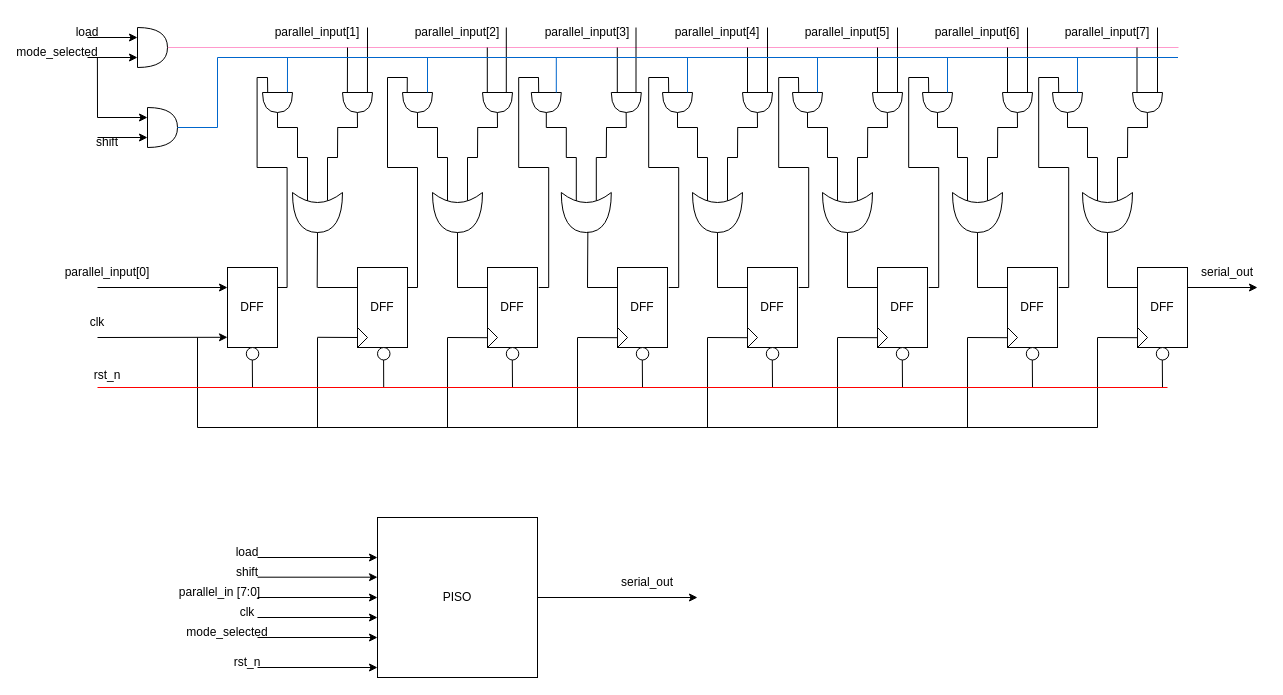
Earlier version of the draw.io diagram page "PISO" (3 of 4) of Untitled Diagram.drawio (106210049/SIPO_PISO). Source tidied: cells renumbered, new cells numbered last; positions are measured from the earlier drawing's top-left corner, leaving out a move shared by most shapes. Both pictures are drawn from the tidied source at 100%, with x=0, y=0 at pixel (27, 17).
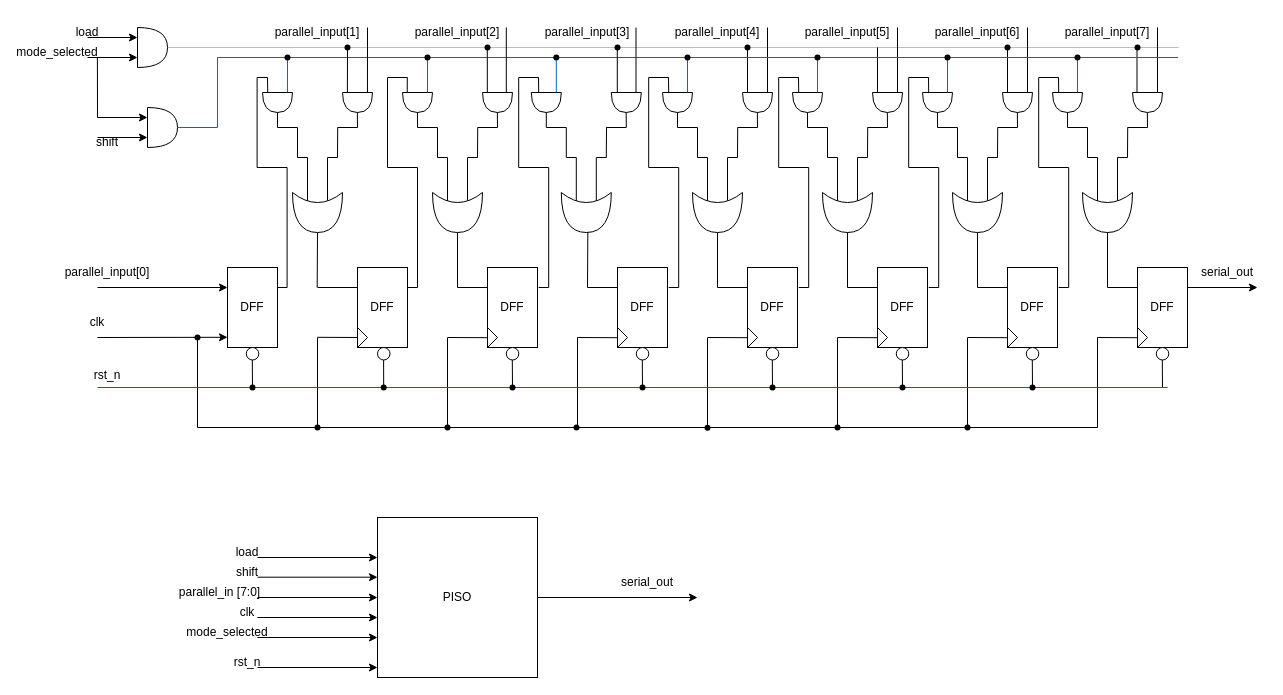
Above is the later version.

Unchanged cells that the change refers to:
```xml
<mxCell id="65" style="shape=or;whiteSpace=wrap;html=1;strokeColor=default;align=center;verticalAlign=middle;fontFamily=Helvetica;fontSize=12;fontColor=default;fillColor=default;rotation=90;" parent="1" vertex="1">
  <mxGeometry x="240" y="70" width="20" height="30" as="geometry" />
</mxCell>
```

Change to the diagram source:
```diff
@@
+    <mxCell id="261" style="endArrow=none;html=1;rounded=0;fontFamily=Helvetica;fontSize=12;fontColor=default;strokeColor=#0066CC;" parent="1" edge="1" target="266">
+      <mxGeometry relative="1" as="geometry">
+        <mxPoint x="190" y="40" as="sourcePoint" />
+      </mxGeometry>
+    </mxCell>
@@
-    <mxCell id="20" style="endArrow=none;html=1;rounded=0;" parent="1" edge="1">
+    <mxCell id="20" style="endArrow=none;html=1;rounded=0;" parent="1" edge="1" source="279">
       <mxGeometry relative="1" as="geometry">
-        <mxPoint x="290" y="410" as="sourcePoint" />
         <mxPoint x="290" y="320" as="targetPoint" />
       </mxGeometry>
     </mxCell>
@@
-    <mxCell id="22" style="endArrow=none;html=1;rounded=0;" parent="1" edge="1">
+    <mxCell id="22" style="endArrow=none;html=1;rounded=0;" parent="1" edge="1" source="281">
       <mxGeometry relative="1" as="geometry">
-        <mxPoint x="420" y="410.2" as="sourcePoint" />
         <mxPoint x="420" y="320.2" as="targetPoint" />
       </mxGeometry>
     </mxCell>
@@
-    <mxCell id="24" style="endArrow=none;html=1;rounded=0;" parent="1" edge="1">
+    <mxCell id="24" style="endArrow=none;html=1;rounded=0;" parent="1" edge="1" source="289">
       <mxGeometry relative="1" as="geometry">
-        <mxPoint x="680" y="410.2" as="sourcePoint" />
         <mxPoint x="680" y="320.2" as="targetPoint" />
       </mxGeometry>
     </mxCell>
@@
-    <mxCell id="40" style="endArrow=none;html=1;rounded=0;" parent="1" edge="1">
+    <mxCell id="40" style="endArrow=none;html=1;rounded=0;" parent="1" edge="1" source="278">
       <mxGeometry relative="1" as="geometry">
-        <mxPoint x="356.2" y="370" as="sourcePoint" />
         <mxPoint x="356.1" y="342.5" as="targetPoint" />
       </mxGeometry>
     </mxCell>
@@
-    <mxCell id="45" style="endArrow=none;html=1;rounded=0;" parent="1" edge="1">
+    <mxCell id="45" style="endArrow=none;html=1;rounded=0;" parent="1" edge="1" source="288">
       <mxGeometry relative="1" as="geometry">
-        <mxPoint x="1005" y="370" as="sourcePoint" />
         <mxPoint x="1004.8" y="342.5" as="targetPoint" />
       </mxGeometry>
     </mxCell>
@@
-    <mxCell id="173" style="endArrow=none;html=1;rounded=0;fontFamily=Helvetica;fontSize=12;fontColor=default;strokeColor=#0066CC;" parent="1" edge="1">
+    <mxCell id="173" style="endArrow=none;html=1;rounded=0;fontFamily=Helvetica;fontSize=12;fontColor=default;strokeColor=#0066CC;" parent="1" edge="1" source="266">
       <mxGeometry relative="1" as="geometry">
-        <mxPoint x="190" y="40" as="sourcePoint" />
         <mxPoint x="1150.5" y="40" as="targetPoint" />
       </mxGeometry>
     </mxCell>
@@
-    <mxCell id="216" style="endArrow=none;html=1;rounded=0;fontFamily=Helvetica;fontSize=12;fontColor=default;exitX=-0.007;exitY=0.168;exitDx=0;exitDy=0;exitPerimeter=0;strokeColor=#0066CC;" parent="1" edge="1" source="65">
+    <mxCell id="216" style="endArrow=none;html=1;rounded=0;fontFamily=Helvetica;fontSize=12;fontColor=default;exitDx=0;exitDy=0;exitPerimeter=0;strokeColor=#0066CC;" parent="1" edge="1" source="263">
       <mxGeometry relative="1" as="geometry">
         <mxPoint x="260" y="40" as="targetPoint" />
       </mxGeometry>
     </mxCell>
@@
-    <mxCell id="218" style="endArrow=none;html=1;rounded=0;fontFamily=Helvetica;fontSize=12;fontColor=default;exitX=-0.007;exitY=0.168;exitDx=0;exitDy=0;exitPerimeter=0;strokeColor=#0066CC;" parent="1" edge="1">
+    <mxCell id="218" style="endArrow=none;html=1;rounded=0;fontFamily=Helvetica;fontSize=12;fontColor=default;exitX=-0.007;exitY=0.168;exitDx=0;exitDy=0;exitPerimeter=0;strokeColor=#0066CC;" parent="1" edge="1" target="265">
       <mxGeometry relative="1" as="geometry">
         <mxPoint x="528.8" y="75" as="sourcePoint" />
-        <mxPoint x="528.8" y="40" as="targetPoint" />
       </mxGeometry>
     </mxCell>
@@
-    <mxCell id="220" style="endArrow=none;html=1;rounded=0;fontFamily=Helvetica;fontSize=12;fontColor=default;exitX=-0.007;exitY=0.168;exitDx=0;exitDy=0;exitPerimeter=0;strokeColor=#0066CC;" parent="1" edge="1">
+    <mxCell id="220" style="endArrow=none;html=1;rounded=0;fontFamily=Helvetica;fontSize=12;fontColor=default;exitDx=0;exitDy=0;exitPerimeter=0;strokeColor=#0066CC;" parent="1" edge="1" source="268">
       <mxGeometry relative="1" as="geometry">
-        <mxPoint x="790" y="75" as="sourcePoint" />
         <mxPoint x="790" y="40" as="targetPoint" />
       </mxGeometry>
     </mxCell>
-    <mxCell id="221" style="endArrow=none;html=1;rounded=0;fontFamily=Helvetica;fontSize=12;fontColor=default;exitX=-0.007;exitY=0.168;exitDx=0;exitDy=0;exitPerimeter=0;strokeColor=#0066CC;" parent="1" edge="1">
+    <mxCell id="221" style="endArrow=none;html=1;rounded=0;fontFamily=Helvetica;fontSize=12;fontColor=default;exitX=-0.007;exitY=0.168;exitDx=0;exitDy=0;exitPerimeter=0;strokeColor=#0066CC;" parent="1" edge="1" target="269">
       <mxGeometry relative="1" as="geometry">
         <mxPoint x="920" y="75" as="sourcePoint" />
-        <mxPoint x="920" y="40" as="targetPoint" />
       </mxGeometry>
     </mxCell>
@@
+    <mxCell id="262" style="endArrow=none;html=1;rounded=0;fontFamily=Helvetica;fontSize=12;fontColor=default;exitX=-0.007;exitY=0.168;exitDx=0;exitDy=0;exitPerimeter=0;strokeColor=#0066CC;" parent="1" edge="1" source="65" target="263">
+      <mxGeometry relative="1" as="geometry" />
+    </mxCell>
+    <mxCell id="263" style="shape=waypoint;sketch=0;fillStyle=solid;size=6;points=[];fillColor=none;perimeter=centerPerimeter;snapToPoint=1;" parent="1" vertex="1">
+      <mxGeometry x="250" y="30" width="20" height="20" as="geometry" />
+    </mxCell>
+    <mxCell id="264" style="shape=waypoint;sketch=0;fillStyle=solid;size=6;fillColor=none;perimeter=centerPerimeter;" parent="1" vertex="1">
+      <mxGeometry x="390" y="30" width="20" height="20" as="geometry" />
+    </mxCell>
+    <mxCell id="265" style="shape=waypoint;sketch=0;fillStyle=solid;size=6;points=[];fillColor=none;perimeter=centerPerimeter;snapToPoint=1;" parent="1" vertex="1">
+      <mxGeometry x="518.8" y="30" width="20" height="20" as="geometry" />
+    </mxCell>
+    <mxCell id="266" style="shape=waypoint;sketch=0;fillStyle=solid;size=6;points=[];fillColor=none;perimeter=centerPerimeter;snapToPoint=1;" parent="1" vertex="1">
+      <mxGeometry x="650" y="30" width="20" height="20" as="geometry" />
+    </mxCell>
+    <mxCell id="267" style="endArrow=none;html=1;rounded=0;fontFamily=Helvetica;fontSize=12;fontColor=default;exitX=-0.007;exitY=0.168;exitDx=0;exitDy=0;exitPerimeter=0;strokeColor=#0066CC;" parent="1" edge="1" target="268">
+      <mxGeometry relative="1" as="geometry">
+        <mxPoint x="790" y="75" as="sourcePoint" />
+      </mxGeometry>
+    </mxCell>
+    <mxCell id="268" style="shape=waypoint;sketch=0;fillStyle=solid;size=6;points=[];fillColor=none;perimeter=centerPerimeter;snapToPoint=1;" parent="1" vertex="1">
+      <mxGeometry x="780" y="30" width="20" height="20" as="geometry" />
+    </mxCell>
+    <mxCell id="269" style="shape=waypoint;sketch=0;fillStyle=solid;size=6;points=[];fillColor=none;perimeter=centerPerimeter;snapToPoint=1;" parent="1" vertex="1">
+      <mxGeometry x="910" y="30" width="20" height="20" as="geometry" />
+    </mxCell>
+    <mxCell id="270" style="shape=waypoint;sketch=0;fillStyle=solid;size=6;fillColor=none;perimeter=centerPerimeter;" parent="1" vertex="1">
+      <mxGeometry x="1040" y="30" width="20" height="20" as="geometry" />
+    </mxCell>
+    <mxCell id="271" style="shape=waypoint;sketch=0;fillStyle=solid;size=6;fillColor=none;perimeter=centerPerimeter;" parent="1" vertex="1">
+      <mxGeometry x="310" y="20" width="20" height="20" as="geometry" />
+    </mxCell>
+    <mxCell id="272" style="shape=waypoint;sketch=0;fillStyle=solid;size=6;fillColor=none;perimeter=centerPerimeter;" parent="1" vertex="1">
+      <mxGeometry x="450" y="20" width="20" height="20" as="geometry" />
+    </mxCell>
+    <mxCell id="273" style="shape=waypoint;sketch=0;fillStyle=solid;size=6;fillColor=none;perimeter=centerPerimeter;" parent="1" vertex="1">
+      <mxGeometry x="580" y="20" width="20" height="20" as="geometry" />
+    </mxCell>
+    <mxCell id="274" style="shape=waypoint;sketch=0;fillStyle=solid;size=6;fillColor=none;perimeter=centerPerimeter;" parent="1" vertex="1">
+      <mxGeometry x="710" y="20" width="20" height="20" as="geometry" />
+    </mxCell>
+    <mxCell id="275" style="shape=waypoint;sketch=0;fillStyle=solid;size=6;fillColor=none;perimeter=centerPerimeter;" parent="1" vertex="1">
+      <mxGeometry x="970" y="20" width="20" height="20" as="geometry" />
+    </mxCell>
+    <mxCell id="276" style="shape=waypoint;sketch=0;fillStyle=solid;size=6;fillColor=none;perimeter=centerPerimeter;" parent="1" vertex="1">
+      <mxGeometry x="1100" y="20" width="20" height="20" as="geometry" />
+    </mxCell>
+    <mxCell id="277" style="shape=waypoint;sketch=0;fillStyle=solid;size=6;fillColor=none;perimeter=centerPerimeter;" parent="1" vertex="1">
+      <mxGeometry x="215" y="360" width="20" height="20" as="geometry" />
+    </mxCell>
+    <mxCell id="278" style="shape=waypoint;sketch=0;fillStyle=solid;size=6;points=[];fillColor=none;perimeter=centerPerimeter;snapToPoint=1;" parent="1" vertex="1">
+      <mxGeometry x="346.2" y="360" width="20" height="20" as="geometry" />
+    </mxCell>
+    <mxCell id="279" style="shape=waypoint;sketch=0;fillStyle=solid;size=6;points=[];fillColor=none;perimeter=centerPerimeter;snapToPoint=1;" parent="1" vertex="1">
+      <mxGeometry x="280" y="400" width="20" height="20" as="geometry" />
+    </mxCell>
+    <mxCell id="280" style="endArrow=none;html=1;rounded=0;" parent="1" edge="1" target="281">
+      <mxGeometry relative="1" as="geometry">
+        <mxPoint x="420" y="410.2" as="sourcePoint" />
+      </mxGeometry>
+    </mxCell>
+    <mxCell id="281" style="shape=waypoint;sketch=0;fillStyle=solid;size=6;points=[];fillColor=none;perimeter=centerPerimeter;snapToPoint=1;" parent="1" vertex="1">
+      <mxGeometry x="410" y="400" width="20" height="20" as="geometry" />
+    </mxCell>
+    <mxCell id="282" style="shape=waypoint;sketch=0;fillStyle=solid;size=6;fillColor=none;perimeter=centerPerimeter;" parent="1" vertex="1">
+      <mxGeometry x="475" y="360" width="20" height="20" as="geometry" />
+    </mxCell>
+    <mxCell id="283" style="shape=waypoint;sketch=0;fillStyle=solid;size=6;fillColor=none;perimeter=centerPerimeter;" parent="1" vertex="1">
+      <mxGeometry x="539" y="400" width="20" height="20" as="geometry" />
+    </mxCell>
+    <mxCell id="284" style="shape=waypoint;sketch=0;fillStyle=solid;size=6;fillColor=none;perimeter=centerPerimeter;" parent="1" vertex="1">
+      <mxGeometry x="605" y="360" width="20" height="20" as="geometry" />
+    </mxCell>
+    <mxCell id="285" style="shape=waypoint;sketch=0;fillStyle=solid;size=6;fillColor=none;perimeter=centerPerimeter;" parent="1" vertex="1">
+      <mxGeometry x="735" y="360" width="20" height="20" as="geometry" />
+    </mxCell>
+    <mxCell id="286" style="shape=waypoint;sketch=0;fillStyle=solid;size=6;fillColor=none;perimeter=centerPerimeter;" parent="1" vertex="1">
+      <mxGeometry x="800" y="400" width="20" height="20" as="geometry" />
+    </mxCell>
+    <mxCell id="287" style="shape=waypoint;sketch=0;fillStyle=solid;size=6;fillColor=none;perimeter=centerPerimeter;" parent="1" vertex="1">
+      <mxGeometry x="865" y="360" width="20" height="20" as="geometry" />
+    </mxCell>
+    <mxCell id="288" style="shape=waypoint;sketch=0;fillStyle=solid;size=6;points=[];fillColor=none;perimeter=centerPerimeter;snapToPoint=1;" parent="1" vertex="1">
+      <mxGeometry x="995" y="360" width="20" height="20" as="geometry" />
+    </mxCell>
+    <mxCell id="289" style="shape=waypoint;sketch=0;fillStyle=solid;size=6;points=[];fillColor=none;perimeter=centerPerimeter;snapToPoint=1;" parent="1" vertex="1">
+      <mxGeometry x="670" y="400.2" width="20" height="20" as="geometry" />
+    </mxCell>
+    <mxCell id="290" style="shape=waypoint;sketch=0;fillStyle=solid;size=6;fillColor=none;perimeter=centerPerimeter;" parent="1" vertex="1">
+      <mxGeometry x="930" y="400" width="20" height="20" as="geometry" />
+    </mxCell>
+    <mxCell id="291" style="shape=waypoint;sketch=0;fillStyle=solid;size=6;fillColor=none;perimeter=centerPerimeter;" parent="1" vertex="1">
+      <mxGeometry x="160" y="310" width="20" height="20" as="geometry" />
+    </mxCell>
```
